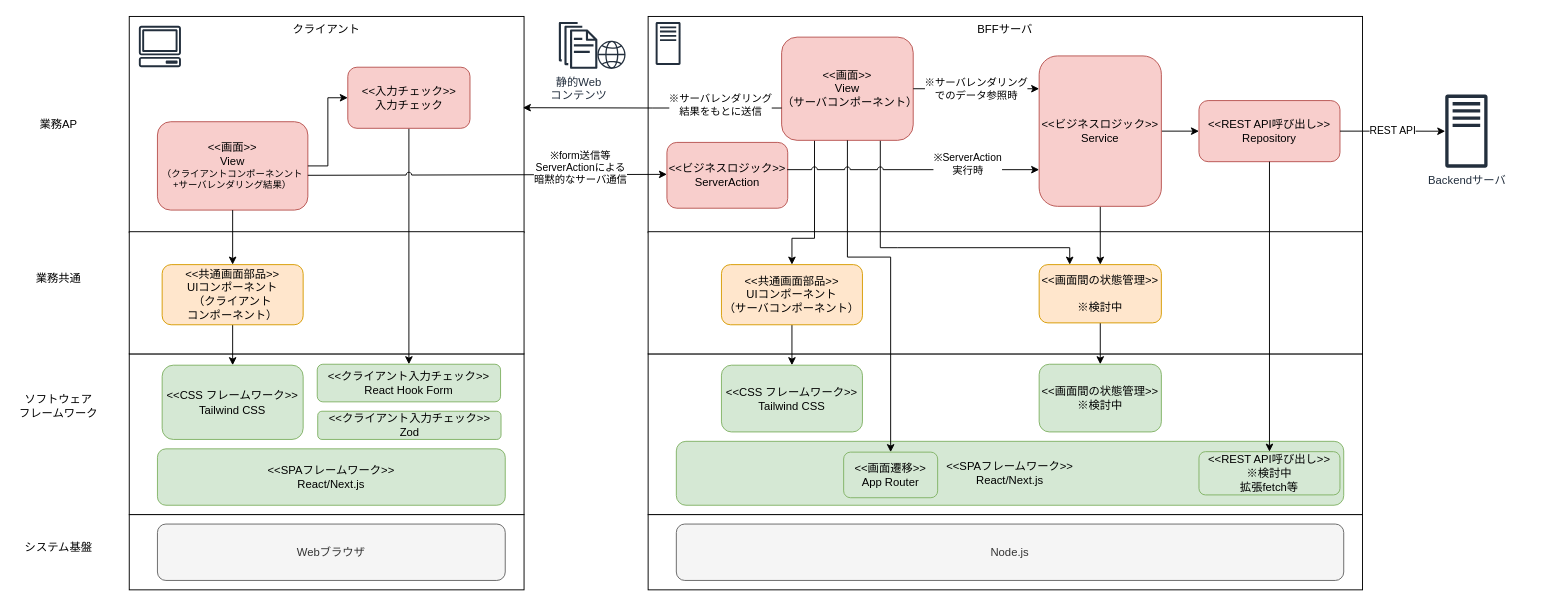
mysd33/sample-nextjs-tailwind keeps this draw.io diagram as docs/img/architecture.drawio. Above is the earlier version. Source tidied: cells renumbered, new cells numbered last; positions are measured from the earlier drawing's top-left corner, leaving out a move shared by most shapes. Both pictures are drawn from the tidied source at 94%, with x=0, y=0 at pixel (16, 16).
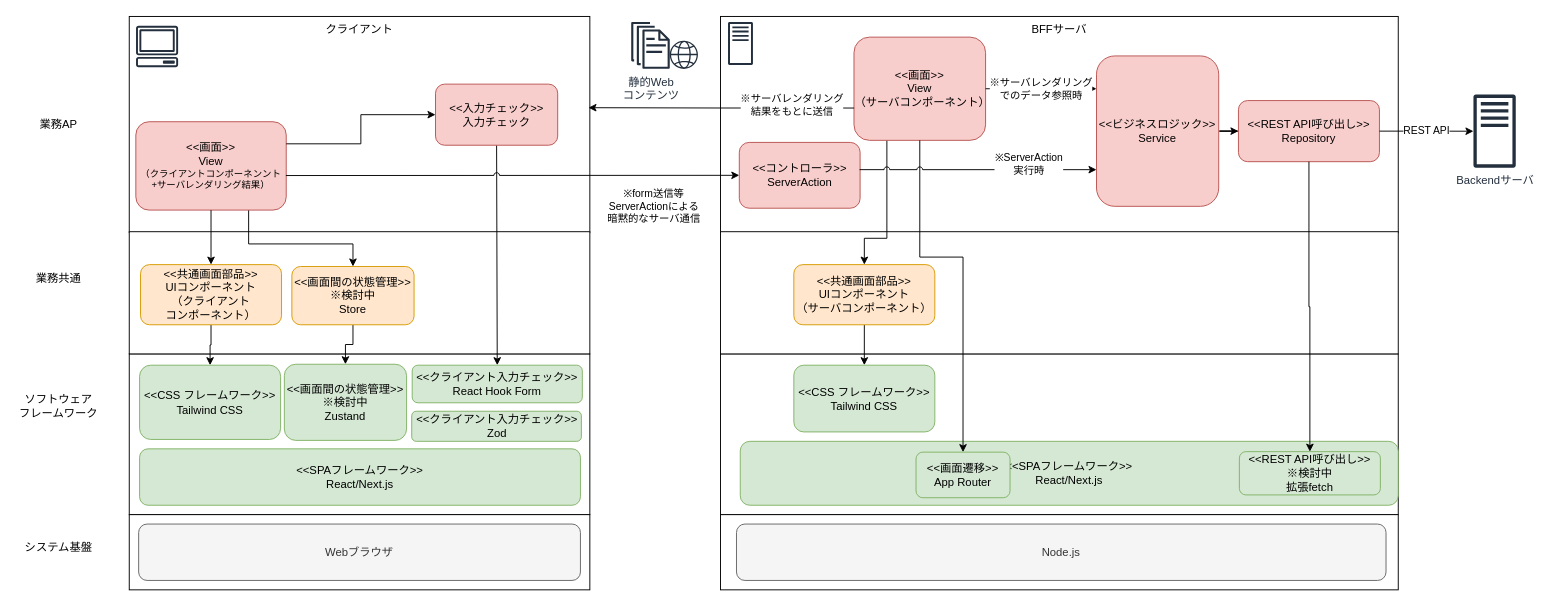
The same page after the edit.

Commit message (it also covers changes not shown here):
ソフトウェアアーキテクチャの図の修正

Diff of the diagram source:
```diff
@@
     <mxCell id="2" style="rounded=0;whiteSpace=wrap;html=1;" parent="1" vertex="1">
-      <mxGeometry x="120" y="359" width="420" height="171" as="geometry" />
+      <mxGeometry x="120" y="359" width="490" height="171" as="geometry" />
     </mxCell>
     <mxCell id="3" value="クライアント" style="rounded=0;whiteSpace=wrap;html=1;verticalAlign=top;" parent="1" vertex="1">
-      <mxGeometry x="120" width="420" height="230" as="geometry" />
+      <mxGeometry x="120" width="490" height="230" as="geometry" />
     </mxCell>
     <mxCell id="4" style="rounded=0;whiteSpace=wrap;html=1;" parent="1" vertex="1">
-      <mxGeometry x="120" y="229" width="420" height="130" as="geometry" />
+      <mxGeometry x="120" y="229" width="490" height="130" as="geometry" />
     </mxCell>
     <mxCell id="5" style="rounded=0;whiteSpace=wrap;html=1;" parent="1" vertex="1">
-      <mxGeometry x="120" y="530" width="420" height="80" as="geometry" />
+      <mxGeometry x="120" y="530" width="490" height="80" as="geometry" />
     </mxCell>
@@
     <mxCell id="10" value="Webブラウザ" style="rounded=1;whiteSpace=wrap;html=1;fillColor=#f5f5f5;fontColor=#333333;strokeColor=#666666;" parent="1" vertex="1">
-      <mxGeometry x="150" y="540" width="370" height="60" as="geometry" />
+      <mxGeometry x="130" y="540" width="470" height="60" as="geometry" />
     </mxCell>
@@
     <mxCell id="12" value="&lt;div&gt;&amp;lt;&amp;lt;共通画面部品&amp;gt;&amp;gt;&lt;/div&gt;&lt;div&gt;UIコンポーネント&lt;/div&gt;&lt;div&gt;&lt;span style=&quot;background-color: transparent; color: light-dark(rgb(0, 0, 0), rgb(255, 255, 255));&quot;&gt;（クライアント&lt;/span&gt;&lt;/div&gt;&lt;div&gt;&lt;span style=&quot;background-color: transparent; color: light-dark(rgb(0, 0, 0), rgb(255, 255, 255));&quot;&gt;コンポーネント）&lt;/span&gt;&lt;/div&gt;" style="rounded=1;whiteSpace=wrap;html=1;fillColor=#ffe6cc;strokeColor=#d79b00;" parent="1" vertex="1">
-      <mxGeometry x="155" y="264" width="150" height="64" as="geometry" />
+      <mxGeometry x="132" y="264" width="150" height="64" as="geometry" />
     </mxCell>
@@
     <mxCell id="14" value="&lt;div&gt;&amp;lt;&amp;lt;入力チェック&amp;gt;&amp;gt;&lt;/div&gt;&lt;div&gt;入力チェック&lt;/div&gt;" style="rounded=1;whiteSpace=wrap;html=1;fillColor=#f8cecc;strokeColor=#b85450;" parent="1" vertex="1">
-      <mxGeometry x="352.5" y="54" width="130" height="65" as="geometry" />
+      <mxGeometry x="445.8" y="72" width="130" height="65" as="geometry" />
     </mxCell>
+    <mxCell id="56" style="edgeStyle=orthogonalEdgeStyle;rounded=0;jettySize=auto;html=1;entryX=0.5;entryY=0;entryDx=0;entryDy=0;exitX=0.75;exitY=1;exitDx=0;exitDy=0;" parent="1" edge="1" source="15" target="31">
+      <mxGeometry relative="1" as="geometry">
+        <Array as="points">
+          <mxPoint x="247" y="242" />
+          <mxPoint x="358" y="242" />
+        </Array>
+      </mxGeometry>
+    </mxCell>
     <mxCell id="15" value="&lt;div&gt;&lt;font style=&quot;font-size: 12px;&quot;&gt;&amp;lt;&amp;lt;画面&amp;gt;&amp;gt;&lt;/font&gt;&lt;/div&gt;&lt;div&gt;&lt;span style=&quot;background-color: transparent; color: light-dark(rgb(0, 0, 0), rgb(255, 255, 255));&quot;&gt;&lt;font style=&quot;font-size: 12px;&quot;&gt;View&lt;/font&gt;&lt;/span&gt;&lt;/div&gt;&lt;div&gt;&lt;span style=&quot;background-color: transparent; color: light-dark(rgb(0, 0, 0), rgb(255, 255, 255));&quot;&gt;（クライアント&lt;/span&gt;&lt;span style=&quot;background-color: transparent; color: light-dark(rgb(0, 0, 0), rgb(255, 255, 255));&quot;&gt;コンポーネンント&lt;/span&gt;&lt;/div&gt;&lt;div&gt;&lt;span style=&quot;background-color: transparent; color: light-dark(rgb(0, 0, 0), rgb(255, 255, 255));&quot;&gt;+サーバレンダリング結果&lt;/span&gt;&lt;span style=&quot;background-color: transparent; color: light-dark(rgb(0, 0, 0), rgb(255, 255, 255));&quot;&gt;）&lt;/span&gt;&lt;/div&gt;" style="rounded=1;whiteSpace=wrap;html=1;fillColor=#f8cecc;strokeColor=#b85450;fontSize=10;" parent="1" vertex="1">
-      <mxGeometry x="150" y="112" width="160" height="94" as="geometry" />
+      <mxGeometry x="127" y="112" width="160" height="94" as="geometry" />
     </mxCell>
@@
-    <mxCell id="17" style="edgeStyle=orthogonalEdgeStyle;rounded=0;jettySize=auto;html=1;" parent="1" edge="1" source="15" target="14">
+    <mxCell id="17" style="edgeStyle=orthogonalEdgeStyle;rounded=0;jettySize=auto;html=1;exitX=1;exitY=0.25;exitDx=0;exitDy=0;" parent="1" edge="1" source="15" target="14">
       <mxGeometry relative="1" as="geometry" />
     </mxCell>
     <mxCell id="18" value="&lt;div&gt;&amp;lt;&amp;lt;SPAフレームワーク&amp;gt;&amp;gt;&lt;/div&gt;React/Next.js" style="rounded=1;whiteSpace=wrap;html=1;fillColor=#d5e8d4;strokeColor=#82b366;" parent="1" vertex="1">
-      <mxGeometry x="150" y="460" width="370" height="60" as="geometry" />
+      <mxGeometry x="131" y="460" width="469" height="60" as="geometry" />
     </mxCell>
     <mxCell id="19" value="&lt;div&gt;&amp;lt;&amp;lt;クライアント入力チェック&amp;gt;&amp;gt;&lt;/div&gt;&lt;div&gt;React Hook Form&lt;/div&gt;" style="rounded=1;whiteSpace=wrap;html=1;fillColor=#d5e8d4;strokeColor=#82b366;" parent="1" vertex="1">
-      <mxGeometry x="320" y="370" width="195" height="40" as="geometry" />
+      <mxGeometry x="421" y="371" width="181" height="40" as="geometry" />
     </mxCell>
     <mxCell id="20" value="&lt;div&gt;&amp;lt;&amp;lt;クライアント入力チェック&amp;gt;&amp;gt;&lt;/div&gt;&lt;div&gt;Zod&lt;/div&gt;" style="rounded=1;whiteSpace=wrap;html=1;fillColor=#d5e8d4;strokeColor=#82b366;" parent="1" vertex="1">
-      <mxGeometry x="320.5" y="420" width="195" height="30" as="geometry" />
+      <mxGeometry x="420.5" y="420" width="180.5" height="32" as="geometry" />
     </mxCell>
     <mxCell id="21" value="&lt;div&gt;&amp;lt;&amp;lt;CSS&amp;nbsp;&lt;span style=&quot;background-color: transparent; color: light-dark(rgb(0, 0, 0), rgb(255, 255, 255));&quot;&gt;フレームワーク&amp;gt;&amp;gt;&lt;/span&gt;&lt;/div&gt;&lt;div&gt;Tailwind CSS&lt;/div&gt;" style="rounded=1;whiteSpace=wrap;html=1;fillColor=#d5e8d4;strokeColor=#82b366;" parent="1" vertex="1">
-      <mxGeometry x="155" y="371" width="150" height="79" as="geometry" />
+      <mxGeometry x="131" y="371" width="150" height="79" as="geometry" />
     </mxCell>
     <mxCell id="22" style="sketch=0;fontColor=#232F3E;gradientColor=none;fillColor=#232F3D;strokeColor=none;dashed=0;verticalLabelPosition=bottom;verticalAlign=top;align=center;html=1;fontSize=12;fontStyle=0;shape=mxgraph.aws4.client;" parent="1" vertex="1">
-      <mxGeometry x="130" y="10" width="45.2" height="44" as="geometry" />
+      <mxGeometry x="127" y="10" width="45.2" height="44" as="geometry" />
     </mxCell>
     <mxCell id="23" value="静的Web&lt;div&gt;コンテンツ&lt;/div&gt;" style="sketch=0;fontColor=#232F3E;gradientColor=none;fillColor=#232F3D;strokeColor=none;dashed=0;verticalLabelPosition=bottom;verticalAlign=top;align=center;html=1;fontSize=12;fontStyle=0;shape=mxgraph.aws4.documents;" parent="1" vertex="1">
-      <mxGeometry x="577" y="5.8" width="41" height="50" as="geometry" />
+      <mxGeometry x="654" y="5.8" width="41" height="50" as="geometry" />
     </mxCell>
     <mxCell id="24" style="sketch=0;fontColor=#232F3E;gradientColor=none;fillColor=#232F3D;strokeColor=none;dashed=0;verticalLabelPosition=bottom;verticalAlign=top;align=center;html=1;fontSize=12;fontStyle=0;shape=mxgraph.aws4.globe;" parent="1" vertex="1">
-      <mxGeometry x="618" y="25.8" width="30" height="30" as="geometry" />
+      <mxGeometry x="695" y="25.8" width="30" height="30" as="geometry" />
     </mxCell>
     <mxCell id="25" style="rounded=0;whiteSpace=wrap;html=1;" parent="1" vertex="1">
-      <mxGeometry x="672" y="359" width="760" height="171" as="geometry" />
+      <mxGeometry x="749" y="359" width="721" height="171" as="geometry" />
     </mxCell>
     <mxCell id="26" value="BFFサーバ" style="rounded=0;whiteSpace=wrap;html=1;verticalAlign=top;" parent="1" vertex="1">
-      <mxGeometry x="672" width="760" height="230" as="geometry" />
+      <mxGeometry x="749" width="721" height="230" as="geometry" />
     </mxCell>
     <mxCell id="27" style="rounded=0;whiteSpace=wrap;html=1;" parent="1" vertex="1">
-      <mxGeometry x="672" y="229" width="760" height="130" as="geometry" />
+      <mxGeometry x="749" y="229" width="721" height="130" as="geometry" />
     </mxCell>
     <mxCell id="28" style="rounded=0;whiteSpace=wrap;html=1;" parent="1" vertex="1">
-      <mxGeometry x="672" y="530" width="760" height="80" as="geometry" />
+      <mxGeometry x="749" y="530" width="721" height="80" as="geometry" />
     </mxCell>
     <mxCell id="29" value="Node.js" style="rounded=1;whiteSpace=wrap;html=1;fillColor=#f5f5f5;fontColor=#333333;strokeColor=#666666;" parent="1" vertex="1">
-      <mxGeometry x="702" y="540" width="710" height="60" as="geometry" />
+      <mxGeometry x="766" y="540" width="691" height="60" as="geometry" />
     </mxCell>
@@
-    <mxCell id="31" value="&lt;div&gt;&amp;lt;&amp;lt;画面間の状態管理&amp;gt;&amp;gt;&lt;/div&gt;&lt;div&gt;&lt;br&gt;&lt;/div&gt;&lt;div&gt;※検討中&lt;/div&gt;" style="rounded=1;whiteSpace=wrap;html=1;fillColor=#ffe6cc;strokeColor=#d79b00;" parent="1" vertex="1">
-      <mxGeometry x="1088" y="264" width="130" height="62" as="geometry" />
+    <mxCell id="31" value="&lt;div&gt;&amp;lt;&amp;lt;画面間の状態管理&amp;gt;&amp;gt;&lt;/div&gt;&lt;div&gt;&lt;span style=&quot;background-color: transparent; color: light-dark(rgb(0, 0, 0), rgb(255, 255, 255));&quot;&gt;※検討中&lt;/span&gt;&lt;/div&gt;&lt;div&gt;Store&lt;/div&gt;" style="rounded=1;whiteSpace=wrap;html=1;fillColor=#ffe6cc;strokeColor=#d79b00;" parent="1" vertex="1">
+      <mxGeometry x="293" y="266" width="130" height="62" as="geometry" />
     </mxCell>
@@
     <mxCell id="33" value="&lt;div&gt;&amp;lt;&amp;lt;共通画面部品&amp;gt;&amp;gt;&lt;/div&gt;&lt;div&gt;UIコンポーネント&lt;/div&gt;&lt;div&gt;（サーバコンポーネント）&lt;/div&gt;" style="rounded=1;whiteSpace=wrap;html=1;fillColor=#ffe6cc;strokeColor=#d79b00;" parent="1" vertex="1">
-      <mxGeometry x="750" y="264" width="150" height="64" as="geometry" />
+      <mxGeometry x="827" y="264" width="150" height="64" as="geometry" />
     </mxCell>
     <mxCell id="34" value="&lt;div&gt;&amp;lt;&amp;lt;REST API呼び出し&amp;gt;&amp;gt;&lt;/div&gt;&lt;div&gt;Repository&lt;/div&gt;" style="rounded=1;whiteSpace=wrap;html=1;fillColor=#f8cecc;strokeColor=#b85450;" parent="1" vertex="1">
-      <mxGeometry x="1258" y="89.5" width="150" height="65" as="geometry" />
+      <mxGeometry x="1300" y="89.5" width="150" height="65" as="geometry" />
     </mxCell>
@@
-    <mxCell id="36" style="edgeStyle=orthogonalEdgeStyle;rounded=0;jettySize=auto;html=1;" parent="1" edge="1" source="37" target="31">
-      <mxGeometry relative="1" as="geometry" />
-    </mxCell>
     <mxCell id="37" value="&lt;div&gt;&amp;lt;&amp;lt;&lt;span style=&quot;background-color: transparent; color: light-dark(rgb(0, 0, 0), rgb(255, 255, 255));&quot;&gt;ビジネスロジック&amp;gt;&amp;gt;&lt;/span&gt;&lt;/div&gt;&lt;div&gt;Service&lt;/div&gt;" style="rounded=1;whiteSpace=wrap;html=1;fillColor=#f8cecc;strokeColor=#b85450;" parent="1" vertex="1">
-      <mxGeometry x="1088" y="42" width="130" height="160" as="geometry" />
+      <mxGeometry x="1149" y="42" width="130" height="160" as="geometry" />
     </mxCell>
     <mxCell id="38" value="&lt;div&gt;Backendサーバ&lt;/div&gt;" style="sketch=0;outlineConnect=0;fontColor=#232F3E;gradientColor=none;fillColor=#232F3D;strokeColor=none;dashed=0;verticalLabelPosition=bottom;verticalAlign=top;align=center;html=1;fontSize=12;fontStyle=0;shape=mxgraph.aws4.traditional_server;" parent="1" vertex="1">
-      <mxGeometry x="1520" y="83" width="45" height="78" as="geometry" />
+      <mxGeometry x="1550" y="83" width="45" height="78" as="geometry" />
     </mxCell>
@@
     <mxCell id="40" style="edgeStyle=orthogonalEdgeStyle;rounded=0;jettySize=auto;html=1;exitX=0.25;exitY=1;exitDx=0;exitDy=0;" parent="1" edge="1" source="42" target="33">
       <mxGeometry relative="1" as="geometry">
         <Array as="points">
-          <mxPoint x="849" y="236" />
-          <mxPoint x="825" y="236" />
+          <mxPoint x="926" y="236" />
+          <mxPoint x="902" y="236" />
         </Array>
       </mxGeometry>
     </mxCell>
-    <mxCell id="41" style="edgeStyle=orthogonalEdgeStyle;rounded=0;jettySize=auto;html=1;exitX=0.75;exitY=1;exitDx=0;exitDy=0;entryX=0.25;entryY=0;entryDx=0;entryDy=0;" parent="1" edge="1" source="42" target="31">
-      <mxGeometry relative="1" as="geometry">
-        <Array as="points">
-          <mxPoint x="937" y="246" />
-          <mxPoint x="1165" y="246" />
-        </Array>
-      </mxGeometry>
-    </mxCell>
     <mxCell id="42" value="&lt;div&gt;&amp;lt;&amp;lt;画面&amp;gt;&amp;gt;&lt;/div&gt;&lt;div&gt;&lt;span style=&quot;background-color: transparent; color: light-dark(rgb(0, 0, 0), rgb(255, 255, 255));&quot;&gt;View&lt;/span&gt;&lt;/div&gt;&lt;div&gt;&lt;span style=&quot;background-color: transparent; color: light-dark(rgb(0, 0, 0), rgb(255, 255, 255));&quot;&gt;（サーバコンポーネント）&lt;/span&gt;&lt;/div&gt;" style="rounded=1;whiteSpace=wrap;html=1;fillColor=#f8cecc;strokeColor=#b85450;" parent="1" vertex="1">
-      <mxGeometry x="814" y="22" width="140" height="109.8" as="geometry" />
+      <mxGeometry x="891" y="22" width="140" height="109.8" as="geometry" />
     </mxCell>
     <mxCell id="43" value="※サーバレンダリング&lt;div&gt;&lt;span style=&quot;background-color: light-dark(#ffffff, var(--ge-dark-color, #121212)); color: light-dark(rgb(0, 0, 0), rgb(255, 255, 255));&quot;&gt;でのデータ参照時&lt;/span&gt;&lt;/div&gt;" style="edgeStyle=orthogonalEdgeStyle;rounded=0;jettySize=auto;html=1;jumpStyle=arc;" parent="1" edge="1" source="42" target="37">
       <mxGeometry relative="1" as="geometry">
         <Array as="points">
-          <mxPoint x="1092" y="96" />
-          <mxPoint x="1092" y="96" />
+          <mxPoint x="1169" y="96" />
+          <mxPoint x="1169" y="96" />
         </Array>
       </mxGeometry>
     </mxCell>
     <mxCell id="44" value="&lt;div&gt;&amp;lt;&amp;lt;SPAフレームワーク&amp;gt;&amp;gt;&lt;/div&gt;React/Next.js" style="rounded=1;whiteSpace=wrap;html=1;fillColor=#d5e8d4;strokeColor=#82b366;" parent="1" vertex="1">
-      <mxGeometry x="702" y="452" width="710" height="68" as="geometry" />
+      <mxGeometry x="770" y="452" width="700" height="68" as="geometry" />
     </mxCell>
     <mxCell id="45" value="&lt;div&gt;&amp;lt;&amp;lt;画面遷移&amp;gt;&amp;gt;&lt;/div&gt;&lt;div&gt;App Router&lt;/div&gt;" style="rounded=1;whiteSpace=wrap;html=1;fillColor=#d5e8d4;strokeColor=#82b366;" parent="1" vertex="1">
-      <mxGeometry x="880" y="463.5" width="100" height="48.5" as="geometry" />
+      <mxGeometry x="957" y="463.5" width="100" height="48.5" as="geometry" />
     </mxCell>
     <mxCell id="46" value="&lt;div&gt;&amp;lt;&amp;lt;CSS&amp;nbsp;&lt;span style=&quot;background-color: transparent; color: light-dark(rgb(0, 0, 0), rgb(255, 255, 255));&quot;&gt;フレームワーク&amp;gt;&amp;gt;&lt;/span&gt;&lt;/div&gt;&lt;div&gt;Tailwind CSS&lt;/div&gt;" style="rounded=1;whiteSpace=wrap;html=1;fillColor=#d5e8d4;strokeColor=#82b366;" parent="1" vertex="1">
-      <mxGeometry x="750" y="371" width="150" height="71" as="geometry" />
+      <mxGeometry x="827" y="371" width="150" height="71" as="geometry" />
     </mxCell>
-    <mxCell id="47" value="&lt;div&gt;&amp;lt;&amp;lt;画面間の状態管理&amp;gt;&amp;gt;&lt;/div&gt;&lt;div&gt;※検討中&lt;/div&gt;" style="rounded=1;whiteSpace=wrap;html=1;fillColor=#d5e8d4;strokeColor=#82b366;" parent="1" vertex="1">
-      <mxGeometry x="1088" y="370" width="130" height="72" as="geometry" />
+    <mxCell id="47" value="&lt;div&gt;&amp;lt;&amp;lt;画面間の状態管理&amp;gt;&amp;gt;&lt;/div&gt;&lt;div&gt;※検討中&lt;/div&gt;&lt;div&gt;Zustand&lt;/div&gt;" style="rounded=1;whiteSpace=wrap;html=1;fillColor=#d5e8d4;strokeColor=#82b366;" parent="1" vertex="1">
+      <mxGeometry x="285" y="370" width="130" height="81" as="geometry" />
     </mxCell>
-    <mxCell id="48" value="&lt;div&gt;&amp;lt;&amp;lt;REST API呼び出し&amp;gt;&amp;gt;&lt;/div&gt;&lt;div&gt;※検討中&lt;/div&gt;&lt;div&gt;拡張fetch等&lt;/div&gt;" style="rounded=1;whiteSpace=wrap;html=1;fillColor=#d5e8d4;strokeColor=#82b366;" parent="1" vertex="1">
-      <mxGeometry x="1258" y="463" width="150" height="46" as="geometry" />
+    <mxCell id="48" value="&lt;div&gt;&amp;lt;&amp;lt;REST API呼び出し&amp;gt;&amp;gt;&lt;/div&gt;&lt;div&gt;※検討中&lt;/div&gt;&lt;div&gt;拡張fetch&lt;/div&gt;" style="rounded=1;whiteSpace=wrap;html=1;fillColor=#d5e8d4;strokeColor=#82b366;" parent="1" vertex="1">
+      <mxGeometry x="1301" y="463" width="150" height="46" as="geometry" />
     </mxCell>
     <mxCell id="49" style="sketch=0;fontColor=#232F3E;gradientColor=none;fillColor=#232F3D;strokeColor=none;dashed=0;verticalLabelPosition=bottom;verticalAlign=top;align=center;html=1;fontSize=12;fontStyle=0;shape=mxgraph.aws4.traditional_server;" parent="1" vertex="1">
-      <mxGeometry x="680" y="5.8" width="26.5" height="46" as="geometry" />
+      <mxGeometry x="757" y="5.8" width="26.5" height="46" as="geometry" />
     </mxCell>
@@
-    <mxCell id="51" value="&lt;div&gt;&amp;lt;&amp;lt;ビジネスロジック&amp;gt;&amp;gt;&lt;/div&gt;&lt;div&gt;ServerAction&lt;/div&gt;" style="rounded=1;whiteSpace=wrap;html=1;fillColor=#f8cecc;strokeColor=#b85450;" parent="1" vertex="1">
-      <mxGeometry x="692" y="134" width="128.5" height="70" as="geometry" />
+    <mxCell id="51" value="&lt;div&gt;&amp;lt;&amp;lt;コントローラ&amp;gt;&amp;gt;&lt;/div&gt;&lt;div&gt;ServerAction&lt;/div&gt;" style="rounded=1;whiteSpace=wrap;html=1;fillColor=#f8cecc;strokeColor=#b85450;" parent="1" vertex="1">
+      <mxGeometry x="769" y="134" width="128.5" height="70" as="geometry" />
     </mxCell>
-    <mxCell id="52" value="※form送信等&lt;div&gt;ServerActionによる&lt;/div&gt;&lt;div&gt;暗黙的なサーバ&lt;span style=&quot;background-color: light-dark(#ffffff, var(--ge-dark-color, #121212)); color: light-dark(rgb(0, 0, 0), rgb(255, 255, 255));&quot;&gt;通信&lt;/span&gt;&lt;/div&gt;" style="edgeStyle=orthogonalEdgeStyle;rounded=0;orthogonalLoop=1;jettySize=auto;html=1;jumpStyle=arc;exitX=1;exitY=0.75;exitDx=0;exitDy=0;" parent="1" edge="1">
-      <mxGeometry x="0.52" y="7" relative="1" as="geometry">
-        <mxPoint x="310" y="169" as="sourcePoint" />
-        <mxPoint x="692" y="168" as="targetPoint" />
+    <mxCell id="52" value="※form送信等&lt;div&gt;ServerActionによる&lt;/div&gt;&lt;div&gt;暗黙的なサーバ&lt;span style=&quot;background-color: light-dark(#ffffff, var(--ge-dark-color, #121212)); color: light-dark(rgb(0, 0, 0), rgb(255, 255, 255));&quot;&gt;通信&lt;/span&gt;&lt;/div&gt;" style="edgeStyle=orthogonalEdgeStyle;rounded=0;jettySize=auto;html=1;jumpStyle=arc;exitX=0.998;exitY=0.609;exitDx=0;exitDy=0;exitPerimeter=0;" parent="1" edge="1" source="15" target="51">
+      <mxGeometry x="0.63" y="-33" relative="1" as="geometry">
+        <mxPoint x="-1" as="offset" />
       </mxGeometry>
     </mxCell>
     <mxCell id="53" style="edgeStyle=orthogonalEdgeStyle;rounded=0;jettySize=auto;html=1;exitX=0.5;exitY=1;exitDx=0;exitDy=0;entryX=0.5;entryY=0;entryDx=0;entryDy=0;" parent="1" edge="1" source="42" target="45">
       <mxGeometry relative="1" as="geometry">
         <Array as="points">
-          <mxPoint x="884" y="256" />
-          <mxPoint x="930" y="256" />
+          <mxPoint x="961" y="256" />
+          <mxPoint x="1007" y="256" />
         </Array>
       </mxGeometry>
     </mxCell>
     <mxCell id="54" value="※ServerAction&lt;div&gt;実行時&lt;/div&gt;" style="edgeStyle=orthogonalEdgeStyle;rounded=0;jettySize=auto;html=1;exitX=0.996;exitY=0.414;exitDx=0;exitDy=0;exitPerimeter=0;jumpStyle=arc;" parent="1" edge="1" source="51" target="37">
       <mxGeometry x="0.43" y="6" relative="1" as="geometry">
         <Array as="points">
-          <mxPoint x="1020" y="163" />
-          <mxPoint x="1020" y="163" />
+          <mxPoint x="1097" y="163" />
+          <mxPoint x="1097" y="163" />
         </Array>
       </mxGeometry>
     </mxCell>
```
